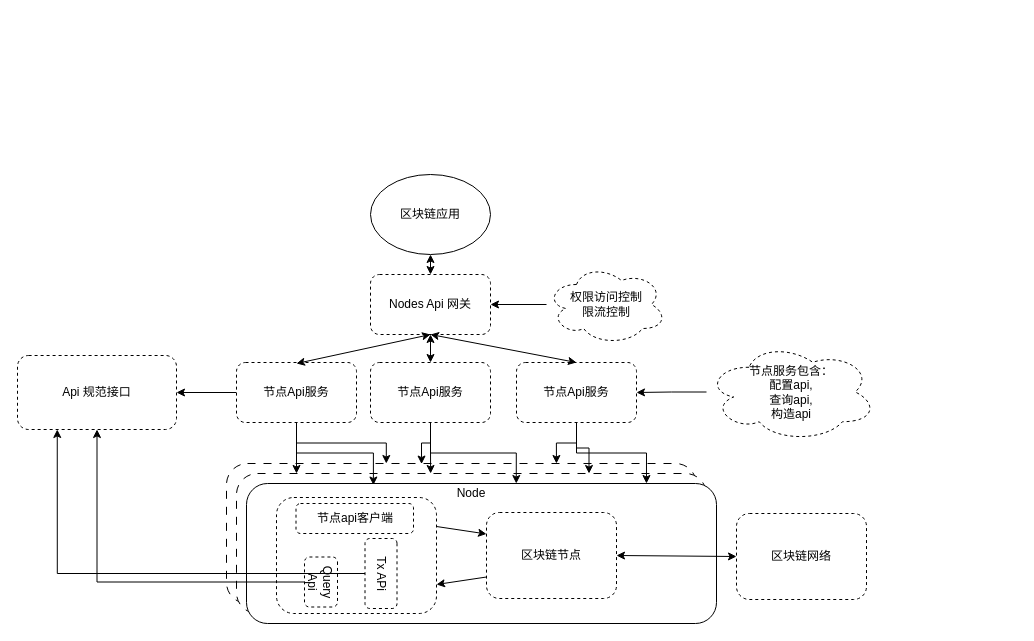
Earlier version of the draw.io diagram 未命名绘图.drawio (chixiaowen/drawio). Source tidied: cells renumbered, new cells numbered last; positions are measured from the earlier drawing's top-left corner, leaving out a move shared by most shapes. Both pictures are drawn from the tidied source at 100%, with x=0, y=0 at pixel (17, 174).
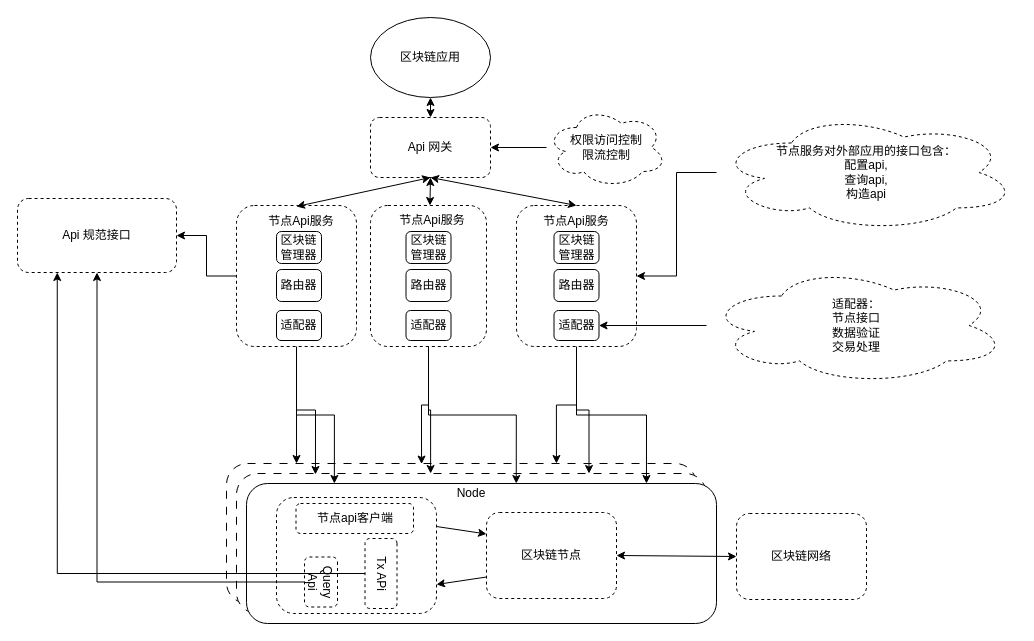
After the change.

Commit message:
更新未命名绘图.drawio

Unchanged cells that the change refers to:
```xml
<mxCell id="3" style="rounded=1;whiteSpace=wrap;html=1;dashed=1;dashPattern=8 8;" parent="1" vertex="1">
  <mxGeometry x="209" y="289" width="470" height="140" as="geometry" />
</mxCell>
<mxCell id="4" style="rounded=1;whiteSpace=wrap;html=1;dashed=1;dashPattern=8 8;" parent="1" vertex="1">
  <mxGeometry x="219" y="299" width="470" height="140" as="geometry" />
</mxCell>
<mxCell id="5" style="rounded=1;whiteSpace=wrap;html=1;" parent="1" vertex="1">
  <mxGeometry x="229" y="309" width="470" height="140" as="geometry" />
</mxCell>
```

What changed in the source:
```diff
@@
     <mxCell id="2" value="区块链应用" style="ellipse;whiteSpace=wrap;html=1;" parent="1" vertex="1">
-      <mxGeometry x="353" width="120" height="80" as="geometry" />
+      <mxGeometry x="353" y="-157" width="120" height="80" as="geometry" />
     </mxCell>
@@
     <mxCell id="7" value="Api 规范接口" style="rounded=1;whiteSpace=wrap;html=1;dashed=1;" parent="1" vertex="1">
-      <mxGeometry y="181" width="159" height="74" as="geometry" />
+      <mxGeometry y="24" width="159" height="74" as="geometry" />
     </mxCell>
@@
-    <mxCell id="19" style="edgeStyle=orthogonalEdgeStyle;rounded=0;jettySize=auto;html=1;exitX=0.5;exitY=1;exitDx=0;exitDy=0;entryX=0.34;entryY=0;entryDx=0;entryDy=0;entryPerimeter=0;" parent="1" edge="1" source="23" target="3">
-      <mxGeometry relative="1" as="geometry" />
-    </mxCell>
-    <mxCell id="20" style="edgeStyle=orthogonalEdgeStyle;rounded=0;jettySize=auto;html=1;" parent="1" edge="1" source="23">
-      <mxGeometry relative="1" as="geometry">
-        <mxPoint x="279" y="299" as="targetPoint" />
-      </mxGeometry>
+    <mxCell id="20" style="edgeStyle=orthogonalEdgeStyle;rounded=0;jettySize=auto;html=1;entryX=0.149;entryY=0;entryDx=0;entryDy=0;entryPerimeter=0;" parent="1" edge="1" source="23" target="3">
+      <mxGeometry relative="1" as="geometry" />
     </mxCell>
+    <mxCell id="22" style="edgeStyle=orthogonalEdgeStyle;rounded=0;jettySize=auto;html=1;entryX=1;entryY=0.5;entryDx=0;entryDy=0;" parent="1" edge="1" source="23" target="7">
+      <mxGeometry relative="1" as="geometry" />
+    </mxCell>
+    <mxCell id="41" style="edgeStyle=orthogonalEdgeStyle;rounded=0;jettySize=auto;html=1;entryX=0.168;entryY=0.007;entryDx=0;entryDy=0;entryPerimeter=0;" parent="1" edge="1" source="23" target="4">
+      <mxGeometry relative="1" as="geometry" />
+    </mxCell>
-    <mxCell id="21" style="edgeStyle=orthogonalEdgeStyle;rounded=0;jettySize=auto;html=1;entryX=0.27;entryY=0.011;entryDx=0;entryDy=0;entryPerimeter=0;" parent="1" edge="1" source="23" target="5">
+    <mxCell id="21" style="edgeStyle=orthogonalEdgeStyle;rounded=0;jettySize=auto;html=1;entryX=0.187;entryY=0;entryDx=0;entryDy=0;entryPerimeter=0;" parent="1" edge="1" source="23" target="5">
       <mxGeometry relative="1" as="geometry" />
     </mxCell>
-    <mxCell id="22" style="edgeStyle=orthogonalEdgeStyle;rounded=0;jettySize=auto;html=1;entryX=1;entryY=0.5;entryDx=0;entryDy=0;" parent="1" edge="1" source="23" target="7">
-      <mxGeometry relative="1" as="geometry" />
-    </mxCell>
-    <mxCell id="23" value="节点Api服务" style="rounded=1;whiteSpace=wrap;html=1;dashed=1;" parent="1" vertex="1">
-      <mxGeometry x="219" y="188" width="120" height="60" as="geometry" />
+    <mxCell id="23" style="rounded=1;whiteSpace=wrap;html=1;dashed=1;" parent="1" vertex="1">
+      <mxGeometry x="219" y="31" width="120" height="141" as="geometry" />
     </mxCell>
@@
-    <mxCell id="27" value="节点Api服务" style="rounded=1;whiteSpace=wrap;html=1;dashed=1;" parent="1" vertex="1">
-      <mxGeometry x="353" y="188" width="120" height="60" as="geometry" />
+    <mxCell id="27" style="rounded=1;whiteSpace=wrap;html=1;dashed=1;" parent="1" vertex="1">
+      <mxGeometry x="353" y="31" width="116" height="141" as="geometry" />
     </mxCell>
@@
-    <mxCell id="31" value="节点Api服务" style="rounded=1;whiteSpace=wrap;html=1;dashed=1;" parent="1" vertex="1">
-      <mxGeometry x="499" y="188" width="120" height="60" as="geometry" />
+    <mxCell id="31" style="rounded=1;whiteSpace=wrap;html=1;dashed=1;" parent="1" vertex="1">
+      <mxGeometry x="499" y="31" width="120" height="141" as="geometry" />
     </mxCell>
-    <mxCell id="32" value="Nodes Api 网关" style="rounded=1;whiteSpace=wrap;html=1;dashed=1;" parent="1" vertex="1">
-      <mxGeometry x="353" y="100" width="120" height="60" as="geometry" />
+    <mxCell id="32" value="Api 网关" style="rounded=1;whiteSpace=wrap;html=1;dashed=1;" parent="1" vertex="1">
+      <mxGeometry x="353" y="-57" width="120" height="60" as="geometry" />
     </mxCell>
@@
     <mxCell id="34" style="endArrow=classic;startArrow=classic;html=1;rounded=0;entryX=0.5;entryY=1;entryDx=0;entryDy=0;" parent="1" edge="1" target="32">
       <mxGeometry relative="1" as="geometry">
-        <mxPoint x="279" y="189" as="sourcePoint" />
+        <mxPoint x="279" y="32" as="sourcePoint" />
       </mxGeometry>
     </mxCell>
@@
     <mxCell id="38" value="权限访问控制&lt;br&gt;限流控制" style="ellipse;shape=cloud;whiteSpace=wrap;html=1;dashed=1;" parent="1" vertex="1">
-      <mxGeometry x="529" y="90" width="120" height="80" as="geometry" />
+      <mxGeometry x="529" y="-67" width="120" height="80" as="geometry" />
     </mxCell>
@@
-    <mxCell id="40" value="节点服务包含：&lt;br&gt;配置api,&lt;br&gt;查询api,&lt;br&gt;构造api" style="ellipse;shape=cloud;whiteSpace=wrap;html=1;dashed=1;" parent="1" vertex="1">
-      <mxGeometry x="689" y="168" width="170" height="99" as="geometry" />
+    <mxCell id="40" value="节点服务对外部应用的接口包含：&lt;br&gt;配置api,&lt;br&gt;查询api,&lt;br&gt;构造api" style="ellipse;shape=cloud;whiteSpace=wrap;html=1;dashed=1;" parent="1" vertex="1">
+      <mxGeometry x="699" y="-61" width="300" height="118" as="geometry" />
     </mxCell>
+    <mxCell id="42" value="节点Api服务" style="text;strokeColor=none;align=center;fillColor=none;html=1;verticalAlign=middle;whiteSpace=wrap;rounded=0;" parent="1" vertex="1">
+      <mxGeometry x="524" y="32" width="70" height="30" as="geometry" />
+    </mxCell>
+    <mxCell id="43" value="节点Api服务" style="text;strokeColor=none;align=center;fillColor=none;html=1;verticalAlign=middle;whiteSpace=wrap;rounded=0;" parent="1" vertex="1">
+      <mxGeometry x="249" y="32" width="70" height="30" as="geometry" />
+    </mxCell>
+    <mxCell id="44" value="节点Api服务" style="text;strokeColor=none;align=center;fillColor=none;html=1;verticalAlign=middle;whiteSpace=wrap;rounded=0;" parent="1" vertex="1">
+      <mxGeometry x="381" y="31" width="68" height="30" as="geometry" />
+    </mxCell>
+    <mxCell id="45" value="适配器" style="rounded=1;whiteSpace=wrap;html=1;" parent="1" vertex="1">
+      <mxGeometry x="259" y="136" width="45" height="30" as="geometry" />
+    </mxCell>
+    <mxCell id="46" value="路由器" style="rounded=1;whiteSpace=wrap;html=1;" parent="1" vertex="1">
+      <mxGeometry x="259" y="95" width="45" height="32" as="geometry" />
+    </mxCell>
+    <mxCell id="47" value="区块链管理器" style="rounded=1;whiteSpace=wrap;html=1;" parent="1" vertex="1">
+      <mxGeometry x="259" y="57" width="45" height="32" as="geometry" />
+    </mxCell>
+    <mxCell id="48" value="区块链管理器" style="rounded=1;whiteSpace=wrap;html=1;" parent="1" vertex="1">
+      <mxGeometry x="388.5" y="57" width="45" height="32" as="geometry" />
+    </mxCell>
+    <mxCell id="49" value="区块链管理器" style="rounded=1;whiteSpace=wrap;html=1;" parent="1" vertex="1">
+      <mxGeometry x="536.5" y="57" width="45" height="32" as="geometry" />
+    </mxCell>
+    <mxCell id="50" value="路由器" style="rounded=1;whiteSpace=wrap;html=1;" parent="1" vertex="1">
+      <mxGeometry x="388.5" y="95" width="45" height="32" as="geometry" />
+    </mxCell>
+    <mxCell id="51" value="路由器" style="rounded=1;whiteSpace=wrap;html=1;" parent="1" vertex="1">
+      <mxGeometry x="536.5" y="95" width="45" height="32" as="geometry" />
+    </mxCell>
+    <mxCell id="52" value="适配器" style="rounded=1;whiteSpace=wrap;html=1;" parent="1" vertex="1">
+      <mxGeometry x="388.5" y="136" width="45" height="30" as="geometry" />
+    </mxCell>
+    <mxCell id="53" value="适配器" style="rounded=1;whiteSpace=wrap;html=1;" parent="1" vertex="1">
+      <mxGeometry x="536.5" y="136" width="45" height="30" as="geometry" />
+    </mxCell>
+    <mxCell id="54" style="edgeStyle=orthogonalEdgeStyle;rounded=0;jettySize=auto;html=1;entryX=1;entryY=0.5;entryDx=0;entryDy=0;" parent="1" edge="1" source="55" target="53">
+      <mxGeometry relative="1" as="geometry" />
+    </mxCell>
+    <mxCell id="55" value="适配器：&lt;br&gt;节点接口&lt;br&gt;数据验证&lt;br&gt;交易处理" style="ellipse;shape=cloud;whiteSpace=wrap;html=1;dashed=1;" parent="1" vertex="1">
+      <mxGeometry x="689" y="92" width="300" height="118" as="geometry" />
+    </mxCell>
```
